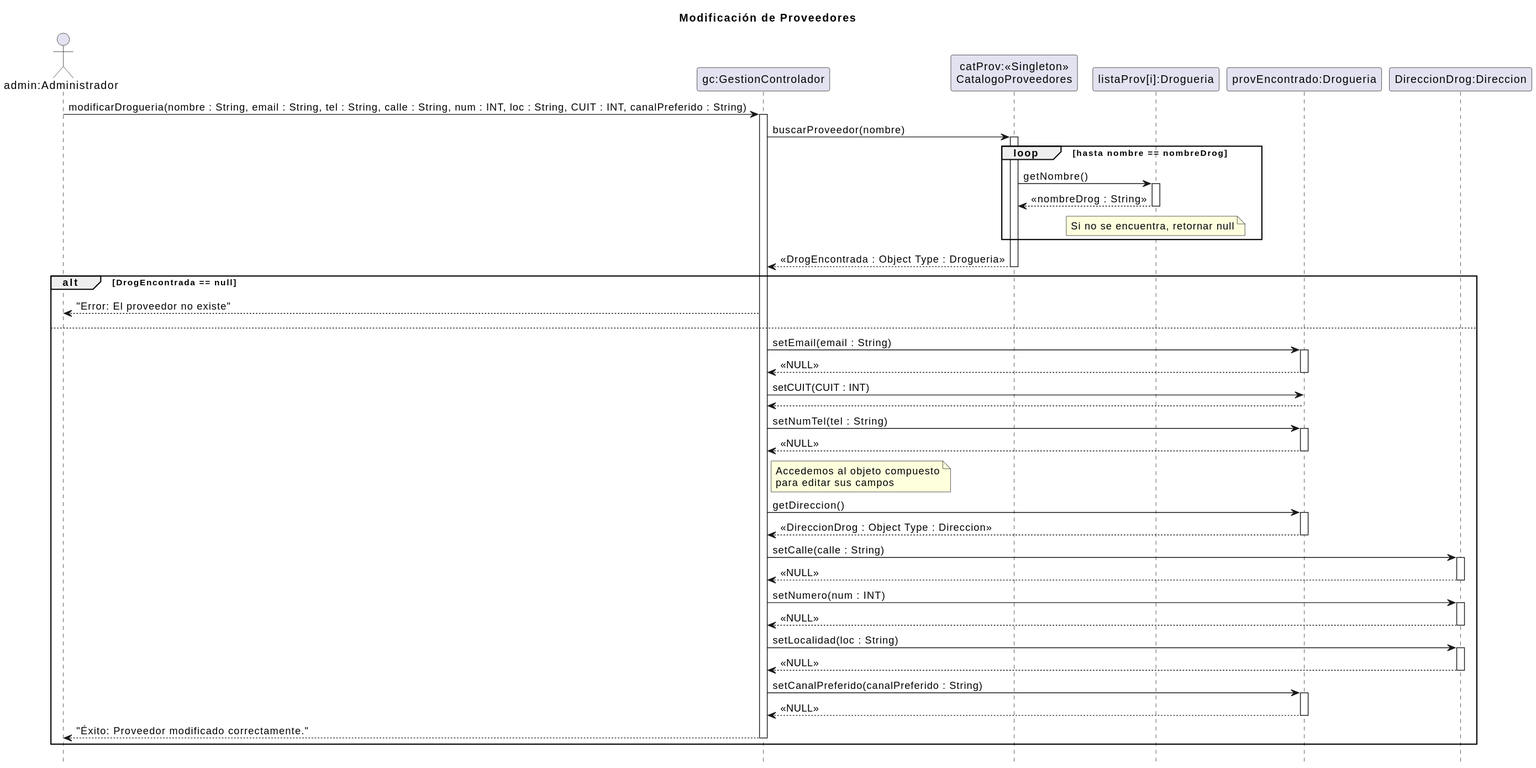
zEzequR/PF-I keeps this PlantUML diagram as 08 - Diagramas de Secuencia de Diseño/ModificacionProveedor/modificacionProveedor.svg. Above is the earlier version.
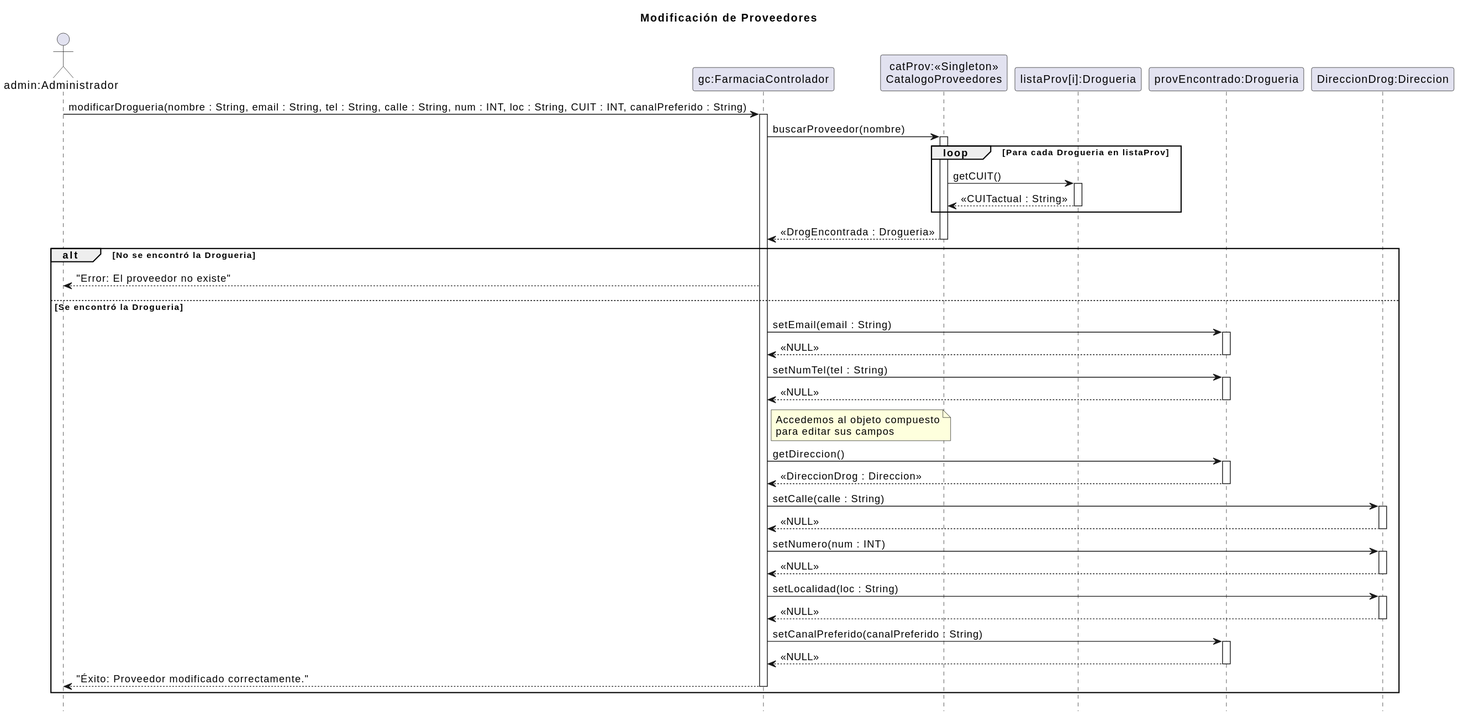
After the commit.

The edit, as a diff of the source:
```diff
@@ -4,7 +4,7 @@
 title Modificación de Proveedores
 
 actor "admin:Administrador" as admin
-participant "gc:GestionControlador" as gc
+participant "gc:FarmaciaControlador" as gc
 participant "catProv:<<Singleton>>\nCatalogoProveedores" as catProv
 participant "listaProv[i]:Drogueria" as arrayProv
 participant "provEncontrado:Drogueria" as provObj
@@ -16,28 +16,23 @@
 gc -> catProv : buscarProveedor(nombre)
 activate catProv
 
-loop hasta nombre == nombreDrog
-    catProv -> arrayProv : getNombre()
+loop Para cada Drogueria en listaProv
+    catProv -> arrayProv : getCUIT()
     activate arrayProv
-    arrayProv --> catProv : <<nombreDrog : String>>
+    arrayProv --> catProv : << CUITactual : String >>
     deactivate arrayProv
-    note over of arrayProv: Si no se encuentra, retornar null
 end
 
-catProv --> gc : << DrogEncontrada : Object Type : Drogueria >>
+catProv --> gc : << DrogEncontrada : Drogueria >>
 deactivate catProv
 
-alt DrogEncontrada == null
+alt No se encontró la Drogueria
     gc --> admin : "Error: El proveedor no existe"
-else
+else Se encontró la Drogueria
     gc -> provObj : setEmail(email : String)
     activate provObj
     provObj --> gc : <<NULL>>
     deactivate provObj
-
-    gc -> provObj : setCUIT(CUIT : INT)
-
-    provObj --> gc <<NULL>>
 
     gc -> provObj : setNumTel(tel : String)
     activate provObj
@@ -51,7 +46,7 @@
 
     gc -> provObj : getDireccion()
     activate provObj
-    provObj --> gc : << DireccionDrog : Object Type : Direccion>>
+    provObj --> gc : << DireccionDrog : Direccion>>
     deactivate provObj
 
     gc -> dirObj : setCalle(calle : String)
```
